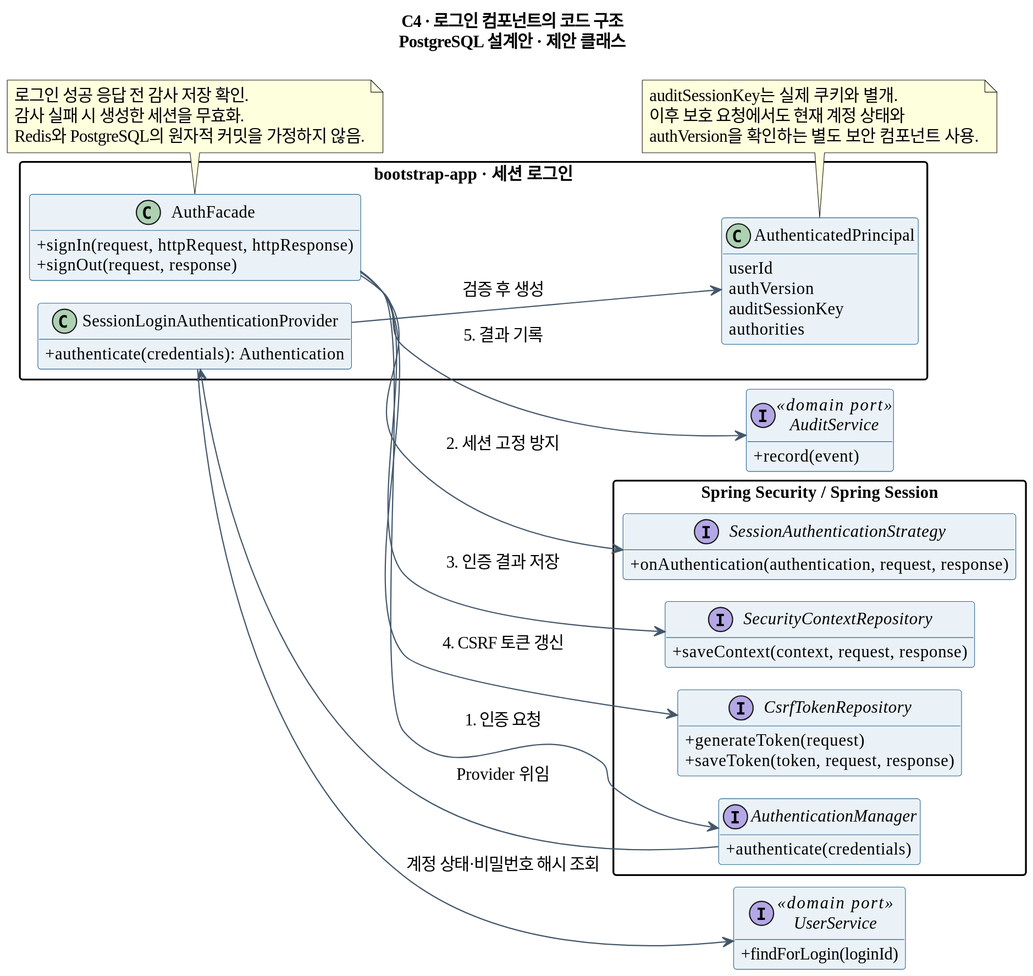
ZETTY-ZEROTRUST/backend keeps this PlantUML diagram as docs/architecture/session-backend-c4/c4-login-code.svg. Above is the earlier version.
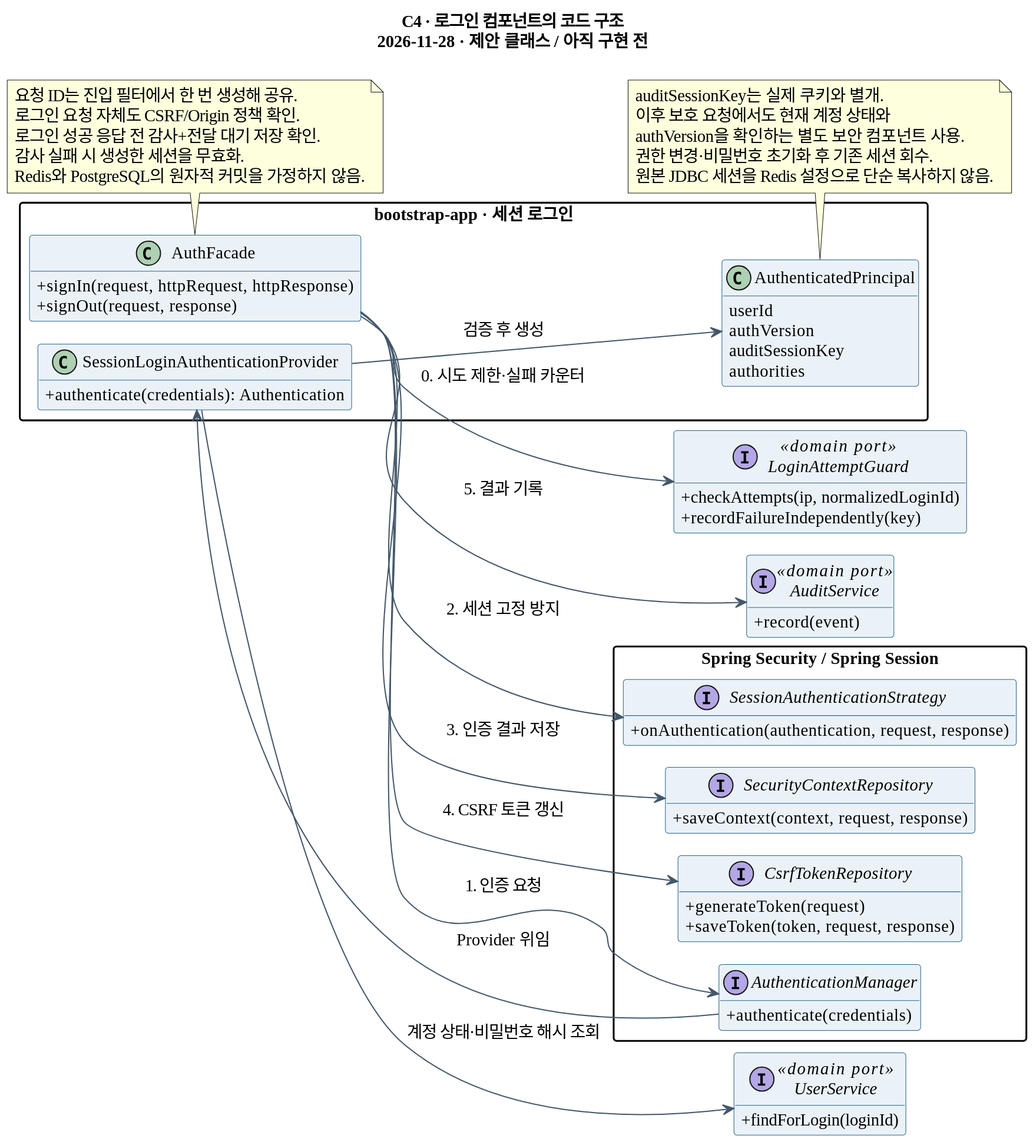
The same diagram one commit later.

Diff of the diagram source:
```diff
@@ -4,7 +4,7 @@
 skinparam defaultFontSize 14
 skinparam backgroundColor #FFFFFF
 skinparam shadowing false
-skinparam dpi 150
+skinparam dpi 140
 left to right direction
 hide empty members
 skinparam classAttributeIconSize 0
@@ -14,7 +14,7 @@
 skinparam ArrowColor #43576A
 skinparam nodesep 35
 skinparam ranksep 45
-title C4 · 로그인 컴포넌트의 코드 구조\nPostgreSQL 설계안 · 제안 클래스
+title C4 · 로그인 컴포넌트의 코드 구조\n2026-11-28 · 제안 클래스 / 아직 구현 전
 package "bootstrap-app · 세션 로그인" {
  class AuthFacade {
    +signIn(request, httpRequest, httpResponse)
@@ -45,12 +45,17 @@
    +saveToken(token, request, response)
  }
 }
+interface LoginAttemptGuard <<domain port>> {
+ +checkAttempts(ip, normalizedLoginId)
+ +recordFailureIndependently(key)
+}
 interface UserService <<domain port>> {
  +findForLogin(loginId)
 }
 interface AuditService <<domain port>> {
  +record(event)
 }
+AuthFacade --> LoginAttemptGuard : 0. 시도 제한·실패 카운터
 AuthFacade --> AuthenticationManager : 1. 인증 요청
 AuthenticationManager --> SessionLoginAuthenticationProvider : Provider 위임
 SessionLoginAuthenticationProvider --> UserService : 계정 상태·비밀번호 해시 조회
@@ -60,7 +65,9 @@
 AuthFacade --> CsrfTokenRepository : 4. CSRF 토큰 갱신
 AuthFacade --> AuditService : 5. 결과 기록
 note bottom of AuthFacade
- 로그인 성공 응답 전 감사 저장 확인.
+ 요청 ID는 진입 필터에서 한 번 생성해 공유.
+ 로그인 요청 자체도 CSRF/Origin 정책 확인.
+ 로그인 성공 응답 전 감사+전달 대기 저장 확인.
  감사 실패 시 생성한 세션을 무효화.
  Redis와 PostgreSQL의 원자적 커밋을 가정하지 않음.
 end note
@@ -68,5 +75,7 @@
  auditSessionKey는 실제 쿠키와 별개.
  이후 보호 요청에서도 현재 계정 상태와
  authVersion을 확인하는 별도 보안 컴포넌트 사용.
+ 권한 변경·비밀번호 초기화 후 기존 세션 회수.
+ 원본 JDBC 세션을 Redis 설정으로 단순 복사하지 않음.
 end note
 @enduml
```
